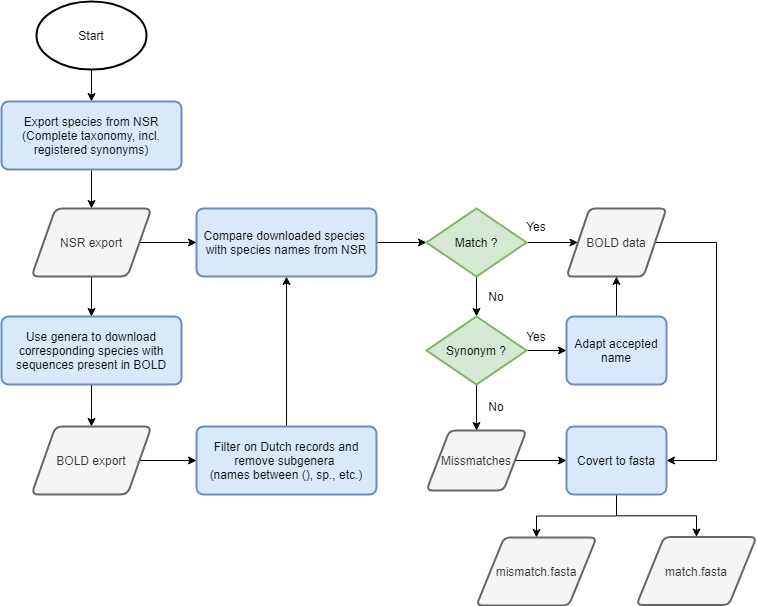
Earlier version of the draw.io export script/Flowchart.png (naturalis/Custom-databases-DNA-sequences). Source tidied: cells renumbered, new cells last; positions are measured from the earlier drawing's top-left corner, leaving out a move shared by most shapes.
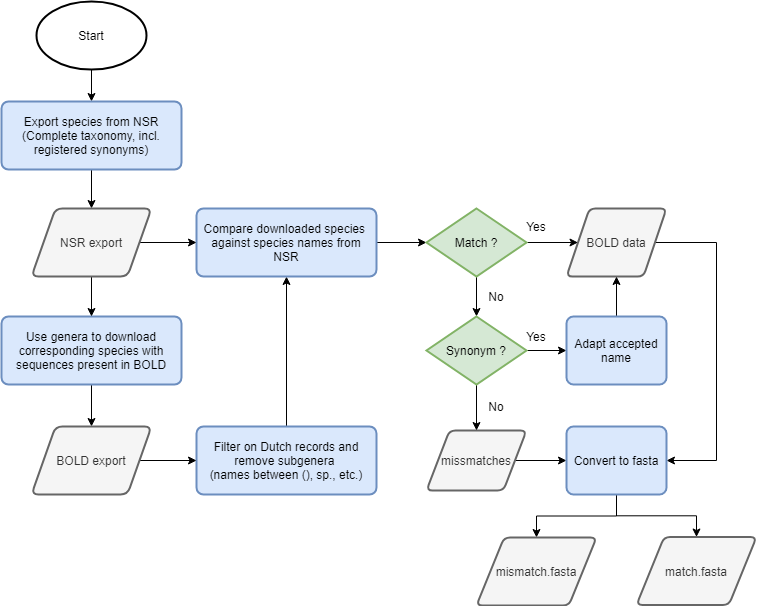
The same file after the commit.

What changed in the source:
```diff
@@ -40,7 +40,7 @@
     <mxCell id="12" style="edgeStyle=orthogonalEdgeStyle;rounded=0;jettySize=auto;html=1;" parent="1" edge="1" source="13" target="35">
       <mxGeometry relative="1" as="geometry" />
     </mxCell>
-    <mxCell id="13" value="Missmatches" style="shape=parallelogram;html=1;strokeWidth=2;perimeter=parallelogramPerimeter;whiteSpace=wrap;rounded=1;arcSize=12;size=0.23;fillColor=#f5f5f5;strokeColor=#666666;fontColor=#333333;" parent="1" vertex="1">
+    <mxCell id="13" value="missmatches" style="shape=parallelogram;html=1;strokeWidth=2;perimeter=parallelogramPerimeter;whiteSpace=wrap;rounded=1;arcSize=12;size=0.23;fillColor=#f5f5f5;strokeColor=#666666;fontColor=#333333;" parent="1" vertex="1">
       <mxGeometry x="425" y="429" width="100" height="60" as="geometry" />
     </mxCell>
     <mxCell id="14" style="edgeStyle=orthogonalEdgeStyle;rounded=0;jettySize=auto;html=1;" parent="1" edge="1" source="15" target="18">
@@ -51,7 +51,7 @@
         </Array>
       </mxGeometry>
     </mxCell>
-    <mxCell id="15" value="&lt;div&gt;Compare&amp;nbsp;&lt;span&gt;downloaded species&amp;nbsp;&lt;/span&gt;&lt;/div&gt;&lt;div&gt;with species names&amp;nbsp;&lt;span&gt;from NSR&lt;/span&gt;&lt;/div&gt;" style="rounded=1;whiteSpace=wrap;html=1;absoluteArcSize=1;arcSize=14;strokeWidth=2;fillColor=#dae8fc;strokeColor=#6c8ebf;" parent="1" vertex="1">
+    <mxCell id="15" value="&lt;div&gt;Compare&amp;nbsp;&lt;span&gt;downloaded species&amp;nbsp;&lt;/span&gt;&lt;/div&gt;&lt;div&gt;against species names&amp;nbsp;&lt;span&gt;from NSR&lt;/span&gt;&lt;/div&gt;" style="rounded=1;whiteSpace=wrap;html=1;absoluteArcSize=1;arcSize=14;strokeWidth=2;fillColor=#dae8fc;strokeColor=#6c8ebf;" parent="1" vertex="1">
       <mxGeometry x="195" y="207" width="180" height="68" as="geometry" />
     </mxCell>
     <mxCell id="16" style="edgeStyle=orthogonalEdgeStyle;rounded=0;jettySize=auto;html=1;" parent="1" edge="1" source="18" target="11">
@@ -111,7 +111,7 @@
     <mxCell id="34" style="edgeStyle=orthogonalEdgeStyle;rounded=0;jettySize=auto;html=1;" parent="1" edge="1" source="35" target="36">
       <mxGeometry relative="1" as="geometry" />
     </mxCell>
-    <mxCell id="35" value="&lt;div&gt;Covert to fasta&lt;/div&gt;" style="rounded=1;whiteSpace=wrap;html=1;absoluteArcSize=1;arcSize=14;strokeWidth=2;fillColor=#dae8fc;strokeColor=#6c8ebf;" parent="1" vertex="1">
+    <mxCell id="35" value="&lt;div&gt;Con&lt;span&gt;vert to fasta&lt;/span&gt;&lt;/div&gt;" style="rounded=1;whiteSpace=wrap;html=1;absoluteArcSize=1;arcSize=14;strokeWidth=2;fillColor=#dae8fc;strokeColor=#6c8ebf;" parent="1" vertex="1">
       <mxGeometry x="565" y="425" width="100" height="68" as="geometry" />
     </mxCell>
     <mxCell id="36" value="match.fasta" style="shape=parallelogram;html=1;strokeWidth=2;perimeter=parallelogramPerimeter;whiteSpace=wrap;rounded=1;arcSize=12;size=0.23;fillColor=#f5f5f5;strokeColor=#666666;fontColor=#333333;" parent="1" vertex="1">
```
